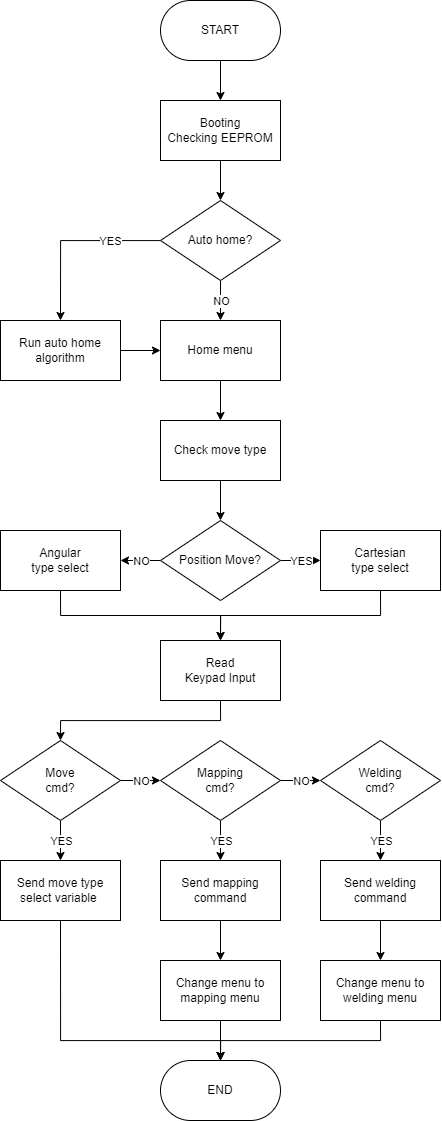
Before: Breakdown/Exported/Flow Control-Teach Pendant.png, a diagram exported from draw.io (AlfonsusGiovanni/Welding-Arm-Manipulator). Source tidied: cells renumbered, new cells last; positions are measured from the earlier drawing's top-left corner, leaving out a move shared by most shapes.
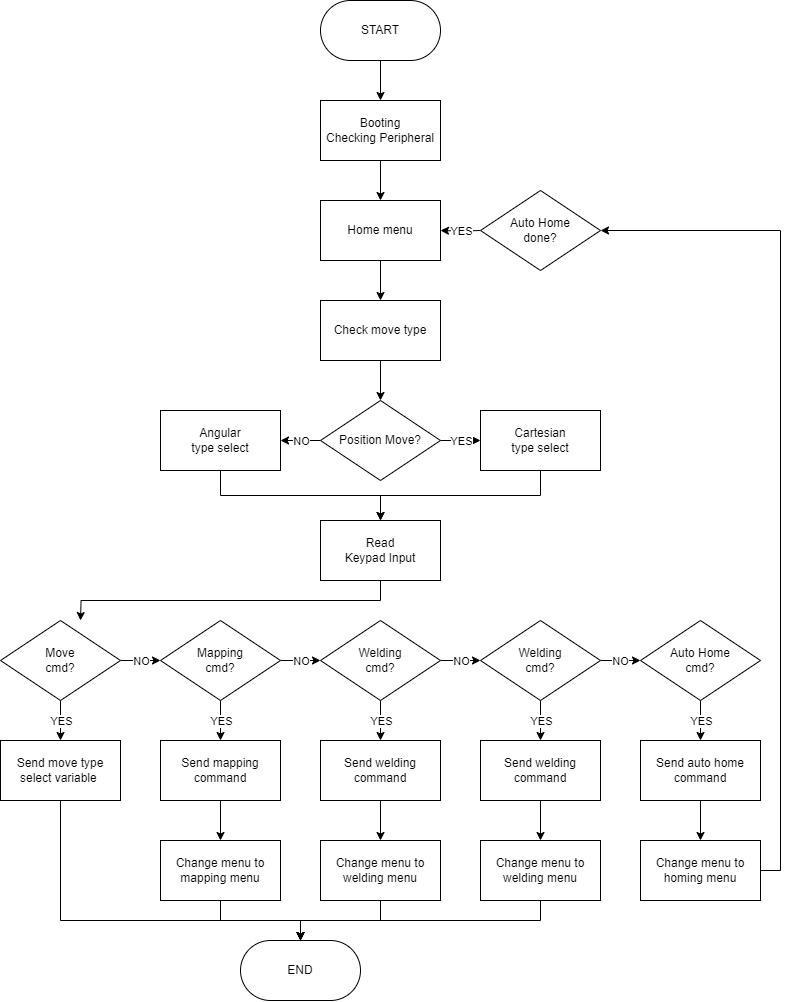
After the change.

Change to the diagram source:
```diff
@@ -2,58 +2,43 @@
   <root>
     <mxCell id="0" />
     <mxCell id="1" parent="0" />
-    <mxCell id="2" style="edgeStyle=orthogonalEdgeStyle;rounded=0;jettySize=auto;html=1;" parent="1" edge="1" source="3" target="10">
-      <mxGeometry relative="1" as="geometry" />
-    </mxCell>
+    <mxCell id="52" style="edgeStyle=orthogonalEdgeStyle;rounded=0;jettySize=auto;html=1;" parent="1" edge="1" source="3" target="12">
+      <mxGeometry relative="1" as="geometry" />
+    </mxCell>
-    <mxCell id="3" value="Booting&lt;div&gt;Checking EEPROM&lt;/div&gt;" style="rounded=0;whiteSpace=wrap;html=1;" parent="1" vertex="1">
-      <mxGeometry x="160" y="100" width="120" height="60" as="geometry" />
+    <mxCell id="3" value="Booting&lt;div&gt;Checking Peripheral&lt;/div&gt;" style="rounded=0;whiteSpace=wrap;html=1;" parent="1" vertex="1">
+      <mxGeometry x="60" y="100" width="120" height="60" as="geometry" />
     </mxCell>
     <mxCell id="4" style="edgeStyle=orthogonalEdgeStyle;rounded=0;jettySize=auto;html=1;" parent="1" edge="1" source="5" target="3">
       <mxGeometry relative="1" as="geometry" />
     </mxCell>
     <mxCell id="5" value="START" style="rounded=1;whiteSpace=wrap;html=1;arcSize=50;" parent="1" vertex="1">
-      <mxGeometry x="160" width="120" height="60" as="geometry" />
+      <mxGeometry x="60" width="120" height="60" as="geometry" />
     </mxCell>
-    <mxCell id="6" style="edgeStyle=orthogonalEdgeStyle;rounded=0;jettySize=auto;html=1;" parent="1" edge="1" source="10" target="12">
-      <mxGeometry relative="1" as="geometry" />
-    </mxCell>
-    <mxCell id="7" value="NO" style="edgeLabel;html=1;align=center;verticalAlign=middle;" parent="6" vertex="1">
-      <mxGeometry relative="1" as="geometry" />
-    </mxCell>
-    <mxCell id="8" style="edgeStyle=orthogonalEdgeStyle;rounded=0;jettySize=auto;html=1;entryX=0.5;entryY=0;entryDx=0;entryDy=0;" parent="1" edge="1" source="10" target="14">
-      <mxGeometry relative="1" as="geometry" />
-    </mxCell>
-    <mxCell id="9" value="YES" style="edgeLabel;html=1;align=center;verticalAlign=middle;" parent="8" vertex="1">
-      <mxGeometry relative="1" as="geometry">
-        <mxPoint x="38" as="offset" />
-      </mxGeometry>
-    </mxCell>
-    <mxCell id="10" value="Auto home?" style="rhombus;whiteSpace=wrap;html=1;" parent="1" vertex="1">
-      <mxGeometry x="160" y="200" width="120" height="80" as="geometry" />
-    </mxCell>
     <mxCell id="11" style="edgeStyle=orthogonalEdgeStyle;rounded=0;jettySize=auto;html=1;" parent="1" edge="1" source="12" target="16">
       <mxGeometry relative="1" as="geometry" />
     </mxCell>
     <mxCell id="12" value="Home menu" style="rounded=0;whiteSpace=wrap;html=1;" parent="1" vertex="1">
-      <mxGeometry x="160" y="320" width="120" height="60" as="geometry" />
+      <mxGeometry x="60" y="200" width="120" height="60" as="geometry" />
     </mxCell>
-    <mxCell id="13" style="edgeStyle=orthogonalEdgeStyle;rounded=0;jettySize=auto;html=1;exitX=1;exitY=0.5;exitDx=0;exitDy=0;entryX=0;entryY=0.5;entryDx=0;entryDy=0;" parent="1" edge="1" source="14" target="12">
-      <mxGeometry relative="1" as="geometry" />
-    </mxCell>
+    <mxCell id="53" style="edgeStyle=orthogonalEdgeStyle;rounded=0;jettySize=auto;html=1;" parent="1" edge="1" source="14" target="72">
+      <mxGeometry relative="1" as="geometry" />
+    </mxCell>
-    <mxCell id="14" value="Run auto home algorithm" style="rounded=0;whiteSpace=wrap;html=1;" parent="1" vertex="1">
-      <mxGeometry y="320" width="120" height="60" as="geometry" />
+    <mxCell id="14" value="Send auto home&lt;br&gt;command" style="rounded=0;whiteSpace=wrap;html=1;" parent="1" vertex="1">
+      <mxGeometry x="380" y="740" width="120" height="60" as="geometry" />
     </mxCell>
     <mxCell id="15" style="edgeStyle=orthogonalEdgeStyle;rounded=0;jettySize=auto;html=1;" parent="1" edge="1" source="16" target="23">
       <mxGeometry relative="1" as="geometry" />
     </mxCell>
     <mxCell id="16" value="Check move type" style="rounded=0;whiteSpace=wrap;html=1;" parent="1" vertex="1">
-      <mxGeometry x="160" y="420" width="120" height="60" as="geometry" />
+      <mxGeometry x="60" y="300" width="120" height="60" as="geometry" />
     </mxCell>
-    <mxCell id="17" style="edgeStyle=orthogonalEdgeStyle;rounded=0;jettySize=auto;html=1;exitX=0.5;exitY=1;exitDx=0;exitDy=0;entryX=0.5;entryY=0;entryDx=0;entryDy=0;" parent="1" edge="1" source="18" target="32">
-      <mxGeometry relative="1" as="geometry" />
+    <mxCell id="17" style="edgeStyle=orthogonalEdgeStyle;rounded=0;jettySize=auto;html=1;exitX=0.5;exitY=1;exitDx=0;exitDy=0;entryX=0.5;entryY=0;entryDx=0;entryDy=0;" parent="1" edge="1" source="18">
+      <mxGeometry relative="1" as="geometry">
+        <mxPoint x="-180" y="620" as="targetPoint" />
+      </mxGeometry>
     </mxCell>
     <mxCell id="18" value="Read&lt;div&gt;Keypad Input&lt;/div&gt;" style="rounded=0;whiteSpace=wrap;html=1;" parent="1" vertex="1">
-      <mxGeometry x="160" y="640" width="120" height="60" as="geometry" />
+      <mxGeometry x="60" y="520" width="120" height="60" as="geometry" />
     </mxCell>
     <mxCell id="19" style="edgeStyle=orthogonalEdgeStyle;rounded=0;jettySize=auto;html=1;" parent="1" edge="1" source="23" target="25">
       <mxGeometry relative="1" as="geometry" />
@@ -68,19 +53,19 @@
       <mxGeometry relative="1" as="geometry" />
     </mxCell>
     <mxCell id="23" value="Position Move?" style="rhombus;whiteSpace=wrap;html=1;" parent="1" vertex="1">
-      <mxGeometry x="160" y="520" width="120" height="80" as="geometry" />
+      <mxGeometry x="60" y="400" width="120" height="80" as="geometry" />
     </mxCell>
     <mxCell id="24" style="edgeStyle=orthogonalEdgeStyle;rounded=0;jettySize=auto;html=1;exitX=0.5;exitY=1;exitDx=0;exitDy=0;entryX=0.5;entryY=0;entryDx=0;entryDy=0;" parent="1" edge="1" source="25" target="18">
       <mxGeometry relative="1" as="geometry" />
     </mxCell>
     <mxCell id="25" value="Cartesian&lt;div&gt;type&amp;nbsp;&lt;span style=&quot;background-color: initial;&quot;&gt;select&lt;/span&gt;&lt;/div&gt;" style="rounded=0;whiteSpace=wrap;html=1;" parent="1" vertex="1">
-      <mxGeometry x="320" y="530" width="120" height="60" as="geometry" />
+      <mxGeometry x="220" y="410" width="120" height="60" as="geometry" />
     </mxCell>
     <mxCell id="26" style="edgeStyle=orthogonalEdgeStyle;rounded=0;jettySize=auto;html=1;exitX=0.5;exitY=1;exitDx=0;exitDy=0;entryX=0.5;entryY=0;entryDx=0;entryDy=0;" parent="1" edge="1" source="27" target="18">
       <mxGeometry relative="1" as="geometry" />
     </mxCell>
     <mxCell id="27" value="Angular&lt;div&gt;type&amp;nbsp;&lt;span style=&quot;background-color: initial;&quot;&gt;select&lt;/span&gt;&lt;/div&gt;" style="rounded=0;whiteSpace=wrap;html=1;" parent="1" vertex="1">
-      <mxGeometry y="530" width="120" height="60" as="geometry" />
+      <mxGeometry x="-100" y="410" width="120" height="60" as="geometry" />
     </mxCell>
     <mxCell id="28" style="edgeStyle=orthogonalEdgeStyle;rounded=0;jettySize=auto;html=1;" parent="1" edge="1" source="32" target="34">
       <mxGeometry relative="1" as="geometry" />
@@ -95,21 +80,21 @@
       <mxGeometry relative="1" as="geometry" />
     </mxCell>
     <mxCell id="32" value="Move&lt;div&gt;cmd?&lt;/div&gt;" style="rhombus;whiteSpace=wrap;html=1;" parent="1" vertex="1">
-      <mxGeometry y="740" width="120" height="80" as="geometry" />
+      <mxGeometry x="-260" y="620" width="120" height="80" as="geometry" />
     </mxCell>
     <mxCell id="33" style="edgeStyle=orthogonalEdgeStyle;rounded=0;jettySize=auto;html=1;exitX=0.5;exitY=1;exitDx=0;exitDy=0;entryX=0.5;entryY=0;entryDx=0;entryDy=0;" parent="1" edge="1" source="34" target="35">
       <mxGeometry relative="1" as="geometry">
         <Array as="points">
-          <mxPoint x="60" y="1040" />
-          <mxPoint x="220" y="1040" />
+          <mxPoint x="-200" y="920" />
+          <mxPoint x="40" y="920" />
         </Array>
       </mxGeometry>
     </mxCell>
     <mxCell id="34" value="Send move type select variable&amp;nbsp;" style="rounded=0;whiteSpace=wrap;html=1;" parent="1" vertex="1">
-      <mxGeometry y="860" width="120" height="60" as="geometry" />
+      <mxGeometry x="-260" y="740" width="120" height="60" as="geometry" />
     </mxCell>
     <mxCell id="35" value="END" style="rounded=1;whiteSpace=wrap;html=1;arcSize=50;" parent="1" vertex="1">
-      <mxGeometry x="160" y="1060" width="120" height="60" as="geometry" />
+      <mxGeometry x="-20" y="940" width="120" height="60" as="geometry" />
     </mxCell>
     <mxCell id="36" style="edgeStyle=orthogonalEdgeStyle;rounded=0;jettySize=auto;html=1;" parent="1" edge="1" source="40" target="45">
       <mxGeometry relative="1" as="geometry" />
@@ -124,7 +109,7 @@
       <mxGeometry relative="1" as="geometry" />
     </mxCell>
     <mxCell id="40" value="Mapping&lt;div&gt;cmd?&lt;/div&gt;" style="rhombus;whiteSpace=wrap;html=1;" parent="1" vertex="1">
-      <mxGeometry x="160" y="740" width="120" height="80" as="geometry" />
+      <mxGeometry x="-100" y="620" width="120" height="80" as="geometry" />
     </mxCell>
     <mxCell id="41" style="edgeStyle=orthogonalEdgeStyle;rounded=0;jettySize=auto;html=1;" parent="1" edge="1" source="43" target="47">
       <mxGeometry relative="1" as="geometry" />
@@ -132,32 +117,93 @@
     <mxCell id="42" value="YES" style="edgeLabel;html=1;align=center;verticalAlign=middle;" parent="41" vertex="1">
       <mxGeometry relative="1" as="geometry" />
     </mxCell>
+    <mxCell id="54" style="edgeStyle=orthogonalEdgeStyle;rounded=0;jettySize=auto;html=1;" parent="1" edge="1" source="43" target="60">
+      <mxGeometry relative="1" as="geometry" />
+    </mxCell>
+    <mxCell id="55" value="NO" style="edgeLabel;html=1;align=center;verticalAlign=middle;" parent="54" vertex="1">
+      <mxGeometry relative="1" as="geometry" />
+    </mxCell>
     <mxCell id="43" value="Welding&lt;div&gt;cmd?&lt;/div&gt;" style="rhombus;whiteSpace=wrap;html=1;" parent="1" vertex="1">
-      <mxGeometry x="320" y="740" width="120" height="80" as="geometry" />
+      <mxGeometry x="60" y="620" width="120" height="80" as="geometry" />
     </mxCell>
     <mxCell id="44" style="edgeStyle=orthogonalEdgeStyle;rounded=0;jettySize=auto;html=1;" parent="1" edge="1" source="45" target="49">
       <mxGeometry relative="1" as="geometry" />
     </mxCell>
     <mxCell id="45" value="Send mapping command" style="rounded=0;whiteSpace=wrap;html=1;" parent="1" vertex="1">
-      <mxGeometry x="160" y="860" width="120" height="60" as="geometry" />
+      <mxGeometry x="-100" y="740" width="120" height="60" as="geometry" />
     </mxCell>
     <mxCell id="46" style="edgeStyle=orthogonalEdgeStyle;rounded=0;jettySize=auto;html=1;" parent="1" edge="1" source="47" target="51">
       <mxGeometry relative="1" as="geometry" />
     </mxCell>
     <mxCell id="47" value="Send welding command" style="rounded=0;whiteSpace=wrap;html=1;" parent="1" vertex="1">
-      <mxGeometry x="320" y="860" width="120" height="60" as="geometry" />
+      <mxGeometry x="60" y="740" width="120" height="60" as="geometry" />
     </mxCell>
     <mxCell id="48" style="edgeStyle=orthogonalEdgeStyle;rounded=0;jettySize=auto;html=1;exitX=0.5;exitY=1;exitDx=0;exitDy=0;entryX=0.5;entryY=0;entryDx=0;entryDy=0;" parent="1" edge="1" source="49" target="35">
       <mxGeometry relative="1" as="geometry" />
     </mxCell>
     <mxCell id="49" value="Change menu to mapping menu" style="rounded=0;whiteSpace=wrap;html=1;" parent="1" vertex="1">
-      <mxGeometry x="160" y="960" width="120" height="60" as="geometry" />
+      <mxGeometry x="-100" y="840" width="120" height="60" as="geometry" />
     </mxCell>
     <mxCell id="50" style="edgeStyle=orthogonalEdgeStyle;rounded=0;jettySize=auto;html=1;exitX=0.5;exitY=1;exitDx=0;exitDy=0;entryX=0.5;entryY=0;entryDx=0;entryDy=0;" parent="1" edge="1" source="51" target="35">
       <mxGeometry relative="1" as="geometry" />
     </mxCell>
     <mxCell id="51" value="Change menu to welding menu" style="rounded=0;whiteSpace=wrap;html=1;" parent="1" vertex="1">
-      <mxGeometry x="320" y="960" width="120" height="60" as="geometry" />
+      <mxGeometry x="60" y="840" width="120" height="60" as="geometry" />
     </mxCell>
+    <mxCell id="56" style="edgeStyle=orthogonalEdgeStyle;rounded=0;jettySize=auto;html=1;" parent="1" edge="1" source="60" target="62">
+      <mxGeometry relative="1" as="geometry" />
+    </mxCell>
+    <mxCell id="57" value="YES" style="edgeLabel;html=1;align=center;verticalAlign=middle;" parent="56" vertex="1">
+      <mxGeometry relative="1" as="geometry" />
+    </mxCell>
+    <mxCell id="58" style="edgeStyle=orthogonalEdgeStyle;rounded=0;jettySize=auto;html=1;" parent="1" edge="1" source="60">
+      <mxGeometry relative="1" as="geometry">
+        <mxPoint x="380" y="660" as="targetPoint" />
+      </mxGeometry>
+    </mxCell>
+    <mxCell id="59" value="NO" style="edgeLabel;html=1;align=center;verticalAlign=middle;" parent="58" vertex="1">
+      <mxGeometry relative="1" as="geometry" />
+    </mxCell>
+    <mxCell id="60" value="Welding&lt;div&gt;cmd?&lt;/div&gt;" style="rhombus;whiteSpace=wrap;html=1;" parent="1" vertex="1">
+      <mxGeometry x="220" y="620" width="120" height="80" as="geometry" />
+    </mxCell>
+    <mxCell id="61" style="edgeStyle=orthogonalEdgeStyle;rounded=0;jettySize=auto;html=1;" parent="1" edge="1" source="62" target="64">
+      <mxGeometry relative="1" as="geometry" />
+    </mxCell>
+    <mxCell id="62" value="Send welding command" style="rounded=0;whiteSpace=wrap;html=1;" parent="1" vertex="1">
+      <mxGeometry x="220" y="740" width="120" height="60" as="geometry" />
+    </mxCell>
+    <mxCell id="63" style="edgeStyle=orthogonalEdgeStyle;rounded=0;jettySize=auto;html=1;exitX=0.5;exitY=1;exitDx=0;exitDy=0;entryX=0.5;entryY=0;entryDx=0;entryDy=0;" parent="1" edge="1" source="64" target="35">
+      <mxGeometry relative="1" as="geometry" />
+    </mxCell>
+    <mxCell id="64" value="Change menu to welding menu" style="rounded=0;whiteSpace=wrap;html=1;" parent="1" vertex="1">
+      <mxGeometry x="220" y="840" width="120" height="60" as="geometry" />
+    </mxCell>
+    <mxCell id="65" style="edgeStyle=orthogonalEdgeStyle;rounded=0;jettySize=auto;html=1;" parent="1" edge="1" source="67" target="14">
+      <mxGeometry relative="1" as="geometry" />
+    </mxCell>
+    <mxCell id="66" value="YES" style="edgeLabel;html=1;align=center;verticalAlign=middle;" parent="65" vertex="1">
+      <mxGeometry relative="1" as="geometry" />
+    </mxCell>
+    <mxCell id="67" value="Auto Home&lt;br&gt;cmd?" style="rhombus;whiteSpace=wrap;html=1;" parent="1" vertex="1">
+      <mxGeometry x="380" y="620" width="120" height="80" as="geometry" />
+    </mxCell>
+    <mxCell id="68" style="edgeStyle=orthogonalEdgeStyle;rounded=0;jettySize=auto;html=1;" parent="1" edge="1" target="12">
+      <mxGeometry relative="1" as="geometry">
+        <mxPoint x="220" y="230" as="sourcePoint" />
+      </mxGeometry>
+    </mxCell>
+    <mxCell id="69" value="YES" style="edgeLabel;html=1;align=center;verticalAlign=middle;" parent="68" vertex="1">
+      <mxGeometry relative="1" as="geometry" />
+    </mxCell>
+    <mxCell id="70" value="Auto Home&lt;br&gt;done?" style="rhombus;whiteSpace=wrap;html=1;" parent="1" vertex="1">
+      <mxGeometry x="220" y="190" width="120" height="80" as="geometry" />
+    </mxCell>
+    <mxCell id="71" style="edgeStyle=orthogonalEdgeStyle;rounded=0;jettySize=auto;html=1;exitX=1;exitY=0.5;exitDx=0;exitDy=0;entryX=1;entryY=0.5;entryDx=0;entryDy=0;" parent="1" edge="1" source="72" target="70">
+      <mxGeometry relative="1" as="geometry" />
+    </mxCell>
+    <mxCell id="72" value="Change menu to homing menu" style="rounded=0;whiteSpace=wrap;html=1;" parent="1" vertex="1">
+      <mxGeometry x="380" y="840" width="120" height="60" as="geometry" />
+    </mxCell>
   </root>
 </mxGraphModel>
```
